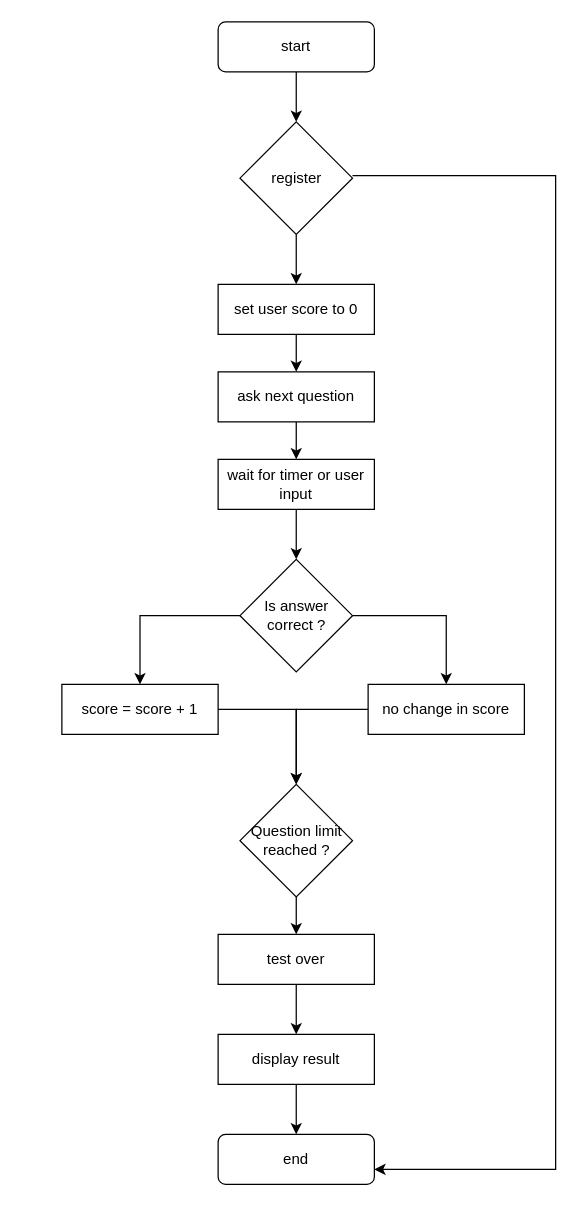
Earlier version of the draw.io diagram flowdiagramquizapp.drawio (Vipulp007/github). Source tidied: cells renumbered, new cells numbered last; positions are measured from the earlier drawing's top-left corner, leaving out a move shared by most shapes. Both pictures are drawn from the tidied source at 125%, with x=0, y=0 at pixel (61, 21).
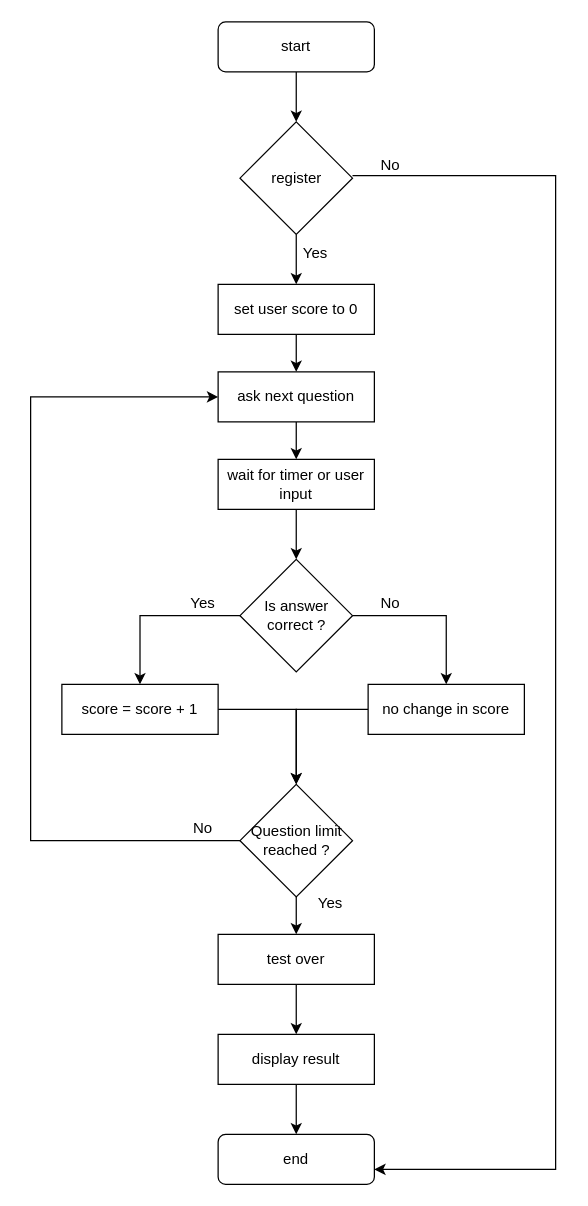
The same diagram, later.

Unchanged cells that the change refers to:
```xml
<mxCell id="12" value="ask next question" style="rounded=0;whiteSpace=wrap;html=1;" parent="1" vertex="1">
  <mxGeometry x="125" y="280" width="125" height="40" as="geometry" />
</mxCell>
<mxCell id="21" value="Question limit reached ?" style="rhombus;whiteSpace=wrap;html=1;" parent="1" vertex="1">
  <mxGeometry x="142.5" y="610" width="90" height="90" as="geometry" />
</mxCell>
```

The edit, as a diff of the source:
```diff
@@
+    <mxCell id="27" style="edgeStyle=orthogonalEdgeStyle;rounded=0;jettySize=auto;html=1;entryX=0;entryY=0.5;entryDx=0;entryDy=0;" parent="1" edge="1" source="21" target="12">
+      <mxGeometry relative="1" as="geometry">
+        <Array as="points">
+          <mxPoint x="-25" y="655" />
+          <mxPoint x="-25" y="300" />
+        </Array>
+      </mxGeometry>
+    </mxCell>
@@
+    <mxCell id="28" value="No" style="text;html=1;align=center;verticalAlign=middle;whiteSpace=wrap;rounded=0;" parent="1" vertex="1">
+      <mxGeometry x="232.5" y="100" width="60" height="30" as="geometry" />
+    </mxCell>
+    <mxCell id="29" value="No" style="text;html=1;align=center;verticalAlign=middle;whiteSpace=wrap;rounded=0;" parent="1" vertex="1">
+      <mxGeometry x="232.5" y="450" width="60" height="30" as="geometry" />
+    </mxCell>
+    <mxCell id="30" value="No" style="text;html=1;align=center;verticalAlign=middle;whiteSpace=wrap;rounded=0;" parent="1" vertex="1">
+      <mxGeometry x="82.5" y="630" width="60" height="30" as="geometry" />
+    </mxCell>
+    <mxCell id="31" value="Yes" style="text;html=1;align=center;verticalAlign=middle;whiteSpace=wrap;rounded=0;" parent="1" vertex="1">
+      <mxGeometry x="172.5" y="170" width="60" height="30" as="geometry" />
+    </mxCell>
+    <mxCell id="32" value="Yes" style="text;html=1;align=center;verticalAlign=middle;whiteSpace=wrap;rounded=0;" parent="1" vertex="1">
+      <mxGeometry x="82.5" y="450" width="60" height="30" as="geometry" />
+    </mxCell>
+    <mxCell id="33" value="Yes" style="text;html=1;align=center;verticalAlign=middle;whiteSpace=wrap;rounded=0;" parent="1" vertex="1">
+      <mxGeometry x="185" y="690" width="60" height="30" as="geometry" />
+    </mxCell>
```
